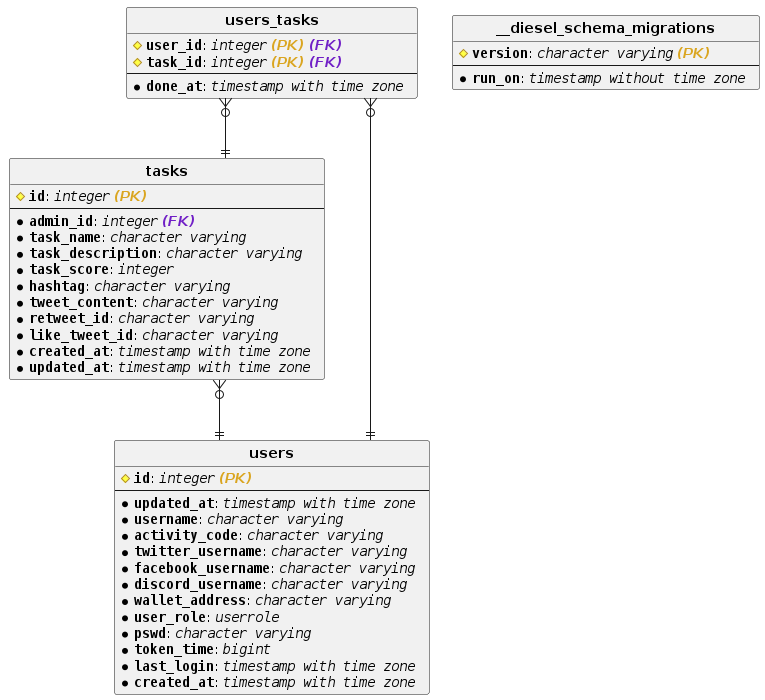
Above: infra/panel.png in wildonion/gem (PlantUML), before the change. The source it was exported from:
```plantuml
@startuml

hide circle
skinparam linetype ortho

entity "**tasks**" {
# <b>""id""</b>: //""integer"" <b><color:goldenrod>(PK) </color></b> //
---
* <b>""admin_id""</b>: //""integer"" <b><color:701fc6>(FK) </color></b> //
* <b>""task_name""</b>: //""character varying""  //
* <b>""task_description""</b>: //""character varying""  //
* <b>""task_score""</b>: //""integer""  //
* <b>""hashtag""</b>: //""character varying""  //
* <b>""tweet_content""</b>: //""character varying""  //
* <b>""retweet_id""</b>: //""character varying""  //
* <b>""like_tweet_id""</b>: //""character varying""  //
* <b>""created_at""</b>: //""timestamp with time zone""  //
* <b>""updated_at""</b>: //""timestamp with time zone""  //
}

entity "**__diesel_schema_migrations**" {
# <b>""version""</b>: //""character varying"" <b><color:goldenrod>(PK) </color></b> //
---
* <b>""run_on""</b>: //""timestamp without time zone""  //
}

entity "**users_tasks**" {
# <b>""user_id""</b>: //""integer"" <b><color:goldenrod>(PK) </color></b><b><color:701fc6>(FK) </color></b> //
# <b>""task_id""</b>: //""integer"" <b><color:goldenrod>(PK) </color></b><b><color:701fc6>(FK) </color></b> //
---
* <b>""done_at""</b>: //""timestamp with time zone""  //
}

entity "**users**" {
# <b>""id""</b>: //""integer"" <b><color:goldenrod>(PK) </color></b> //
---
* <b>""updated_at""</b>: //""timestamp with time zone""  //
* <b>""username""</b>: //""character varying""  //
* <b>""activity_code""</b>: //""character varying""  //
* <b>""twitter_username""</b>: //""character varying""  //
* <b>""facebook_username""</b>: //""character varying""  //
* <b>""discord_username""</b>: //""character varying""  //
* <b>""wallet_address""</b>: //""character varying""  //
* <b>""user_role""</b>: //""userrole""  //
* <b>""pswd""</b>: //""character varying""  //
* <b>""token_time""</b>: //""bigint""  //
* <b>""last_login""</b>: //""timestamp with time zone""  //
* <b>""created_at""</b>: //""timestamp with time zone""  //
}


"**tasks**" }o--|| "**users**"

"**users_tasks**" }o--|| "**tasks**"

"**users_tasks**" }o--|| "**users**"


@enduml
```
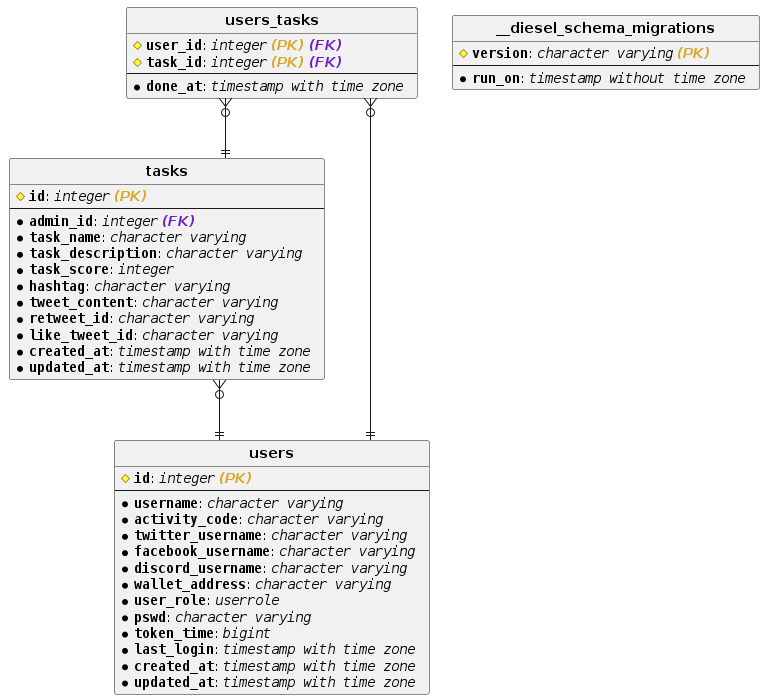
The same file after the commit.

What changed in the source:
```diff
@@ -24,17 +24,9 @@
 * <b>""run_on""</b>: //""timestamp without time zone""  //
 }
 
-entity "**users_tasks**" {
-# <b>""user_id""</b>: //""integer"" <b><color:goldenrod>(PK) </color></b><b><color:701fc6>(FK) </color></b> //
-# <b>""task_id""</b>: //""integer"" <b><color:goldenrod>(PK) </color></b><b><color:701fc6>(FK) </color></b> //
----
-* <b>""done_at""</b>: //""timestamp with time zone""  //
-}
-
 entity "**users**" {
 # <b>""id""</b>: //""integer"" <b><color:goldenrod>(PK) </color></b> //
 ---
-* <b>""updated_at""</b>: //""timestamp with time zone""  //
 * <b>""username""</b>: //""character varying""  //
 * <b>""activity_code""</b>: //""character varying""  //
 * <b>""twitter_username""</b>: //""character varying""  //
@@ -46,6 +38,14 @@
 * <b>""token_time""</b>: //""bigint""  //
 * <b>""last_login""</b>: //""timestamp with time zone""  //
 * <b>""created_at""</b>: //""timestamp with time zone""  //
+* <b>""updated_at""</b>: //""timestamp with time zone""  //
+}
+
+entity "**users_tasks**" {
+# <b>""user_id""</b>: //""integer"" <b><color:goldenrod>(PK) </color></b><b><color:701fc6>(FK) </color></b> //
+# <b>""task_id""</b>: //""integer"" <b><color:goldenrod>(PK) </color></b><b><color:701fc6>(FK) </color></b> //
+---
+* <b>""done_at""</b>: //""timestamp with time zone""  //
 }
 
 
```
